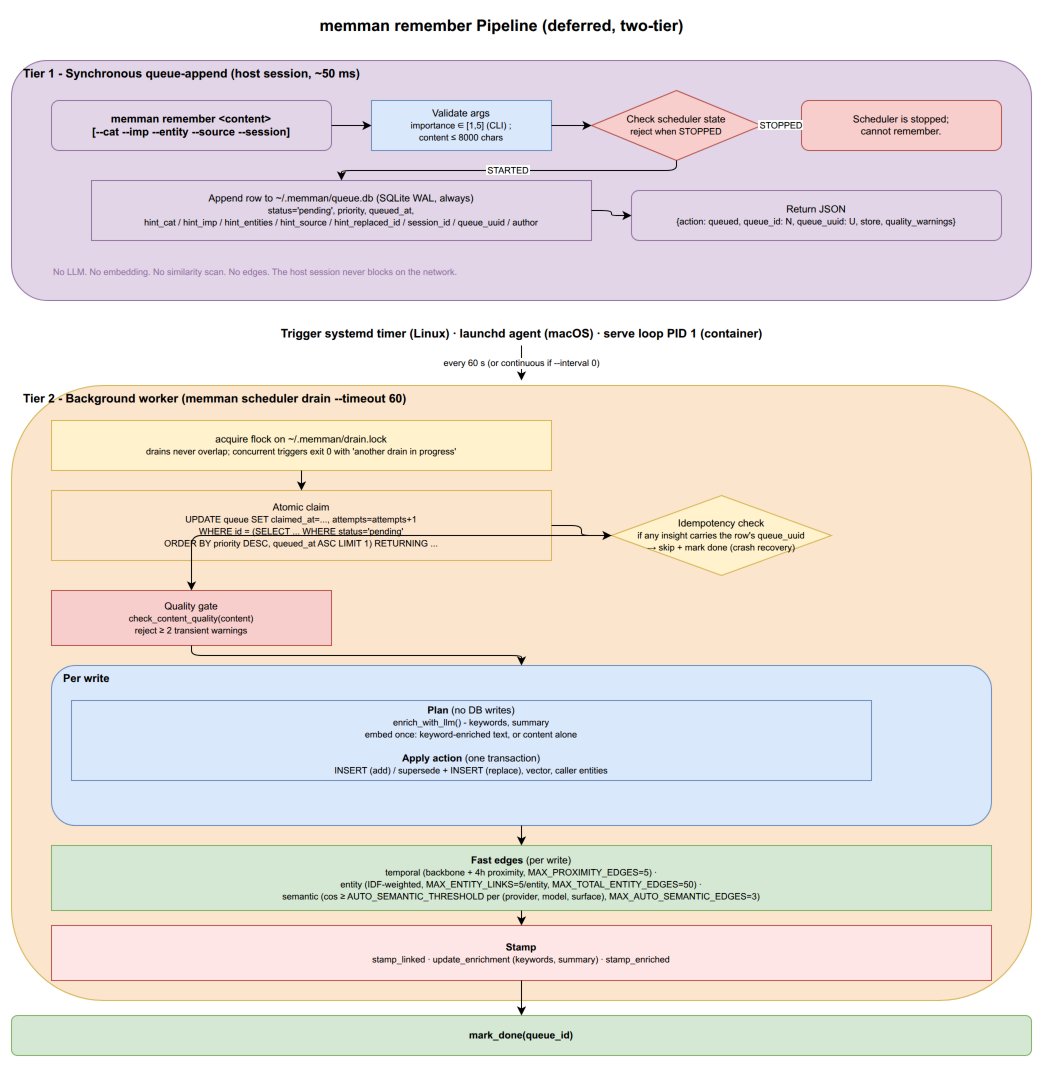
Above: docs/diagrams/02-remember-pipeline.drawio.png in bissli/memman (draw.io), before the change. Source tidied: cells renumbered, new cells last; positions are measured from the earlier drawing's top-left corner, leaving out a move shared by most shapes.
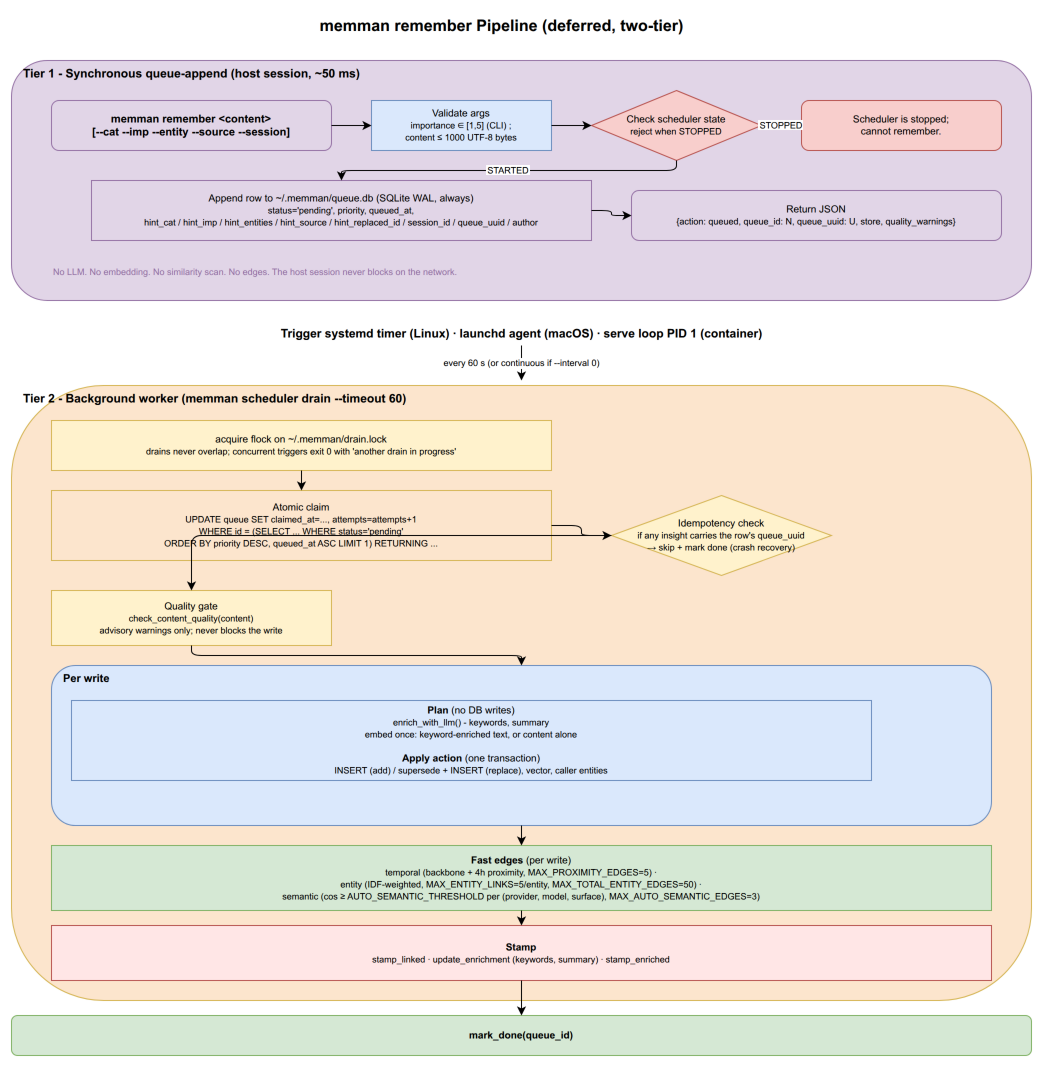
After the change.

The edit, as a diff of the source:
```diff
@@ -11,7 +11,7 @@
     <mxCell id="4" value="memman remember &amp;lt;content&amp;gt;&lt;br&gt;[--cat --imp --entity --source --session]" style="rounded=1;whiteSpace=wrap;html=1;fillColor=#e1d5e7;strokeColor=#9673a6;fontSize=11;fontStyle=1;" parent="1" vertex="1">
       <mxGeometry x="40" y="90" width="280" height="50" as="geometry" />
     </mxCell>
-    <mxCell id="5" value="Validate args&lt;br&gt;&lt;font style=&quot;font-size:9px&quot;&gt;importance ∈ [1,5] (CLI) ;&lt;br&gt;content ≤ 8000 chars&lt;/font&gt;" style="rounded=0;whiteSpace=wrap;html=1;fillColor=#dae8fc;strokeColor=#6c8ebf;fontSize=10;" parent="1" vertex="1">
+    <mxCell id="5" value="Validate args&lt;br&gt;&lt;font style=&quot;font-size:9px&quot;&gt;importance ∈ [1,5] (CLI) ;&lt;br&gt;content ≤ 1000 UTF-8 bytes&lt;/font&gt;" style="rounded=0;whiteSpace=wrap;html=1;fillColor=#dae8fc;strokeColor=#6c8ebf;fontSize=10;" parent="1" vertex="1">
       <mxGeometry x="360" y="90" width="180" height="50" as="geometry" />
     </mxCell>
     <mxCell id="6" value="Check scheduler state&lt;br&gt;&lt;font style=&quot;font-size:9px&quot;&gt;reject when STOPPED&lt;/font&gt;" style="rhombus;whiteSpace=wrap;html=1;fillColor=#f8cecc;strokeColor=#b85450;fontSize=10;" parent="1" vertex="1">
@@ -65,7 +65,7 @@
     <mxCell id="21" value="Idempotency check&lt;br&gt;&lt;font style=&quot;font-size:9px&quot;&gt;if any insight carries the row's queue_uuid&lt;br&gt;→ skip + mark done (crash recovery)&lt;/font&gt;" style="rhombus;whiteSpace=wrap;html=1;fillColor=#fff2cc;strokeColor=#d6b656;fontSize=10;" parent="1" vertex="1">
       <mxGeometry x="600" y="485" width="220" height="80" as="geometry" />
     </mxCell>
-    <mxCell id="22" value="Quality gate&lt;br&gt;&lt;font style=&quot;font-size:9px&quot;&gt;check_content_quality(content)&lt;br&gt;reject ≥ 2 transient warnings&lt;/font&gt;" style="rounded=0;whiteSpace=wrap;html=1;fillColor=#f8cecc;strokeColor=#b85450;fontSize=10;" parent="1" vertex="1">
+    <mxCell id="22" value="Quality gate&lt;br&gt;&lt;font style=&quot;font-size:9px&quot;&gt;check_content_quality(content)&lt;br&gt;advisory warnings only; never blocks the write&lt;/font&gt;" style="rounded=0;whiteSpace=wrap;html=1;fillColor=#fff2cc;strokeColor=#d6b656;fontSize=10;" parent="1" vertex="1">
       <mxGeometry x="40" y="580" width="280" height="55" as="geometry" />
     </mxCell>
     <mxCell id="23" value="&lt;b&gt;Per write&lt;/b&gt;" style="rounded=1;whiteSpace=wrap;html=1;fillColor=#dae8fc;strokeColor=#6c8ebf;verticalAlign=top;fontSize=11;align=left;spacingLeft=10;" parent="1" vertex="1">
```
